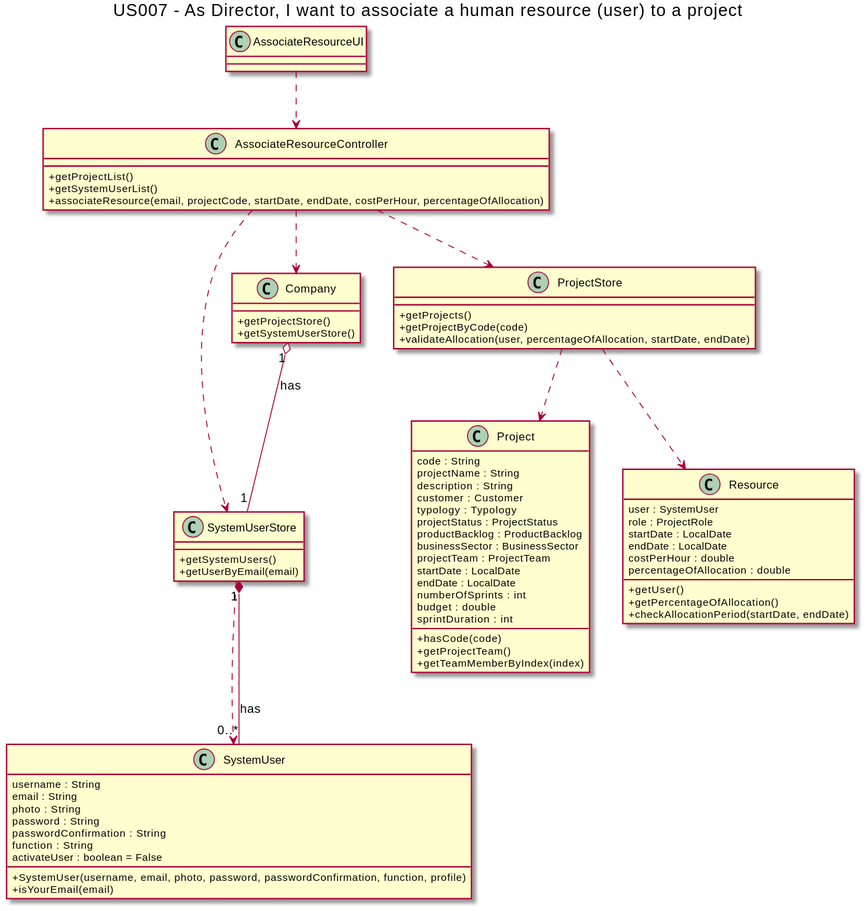
The PlantUML diagram docs/Sprint1/US007/US007-CD.svg in nunogon1211787/projectManagement, before a commit.
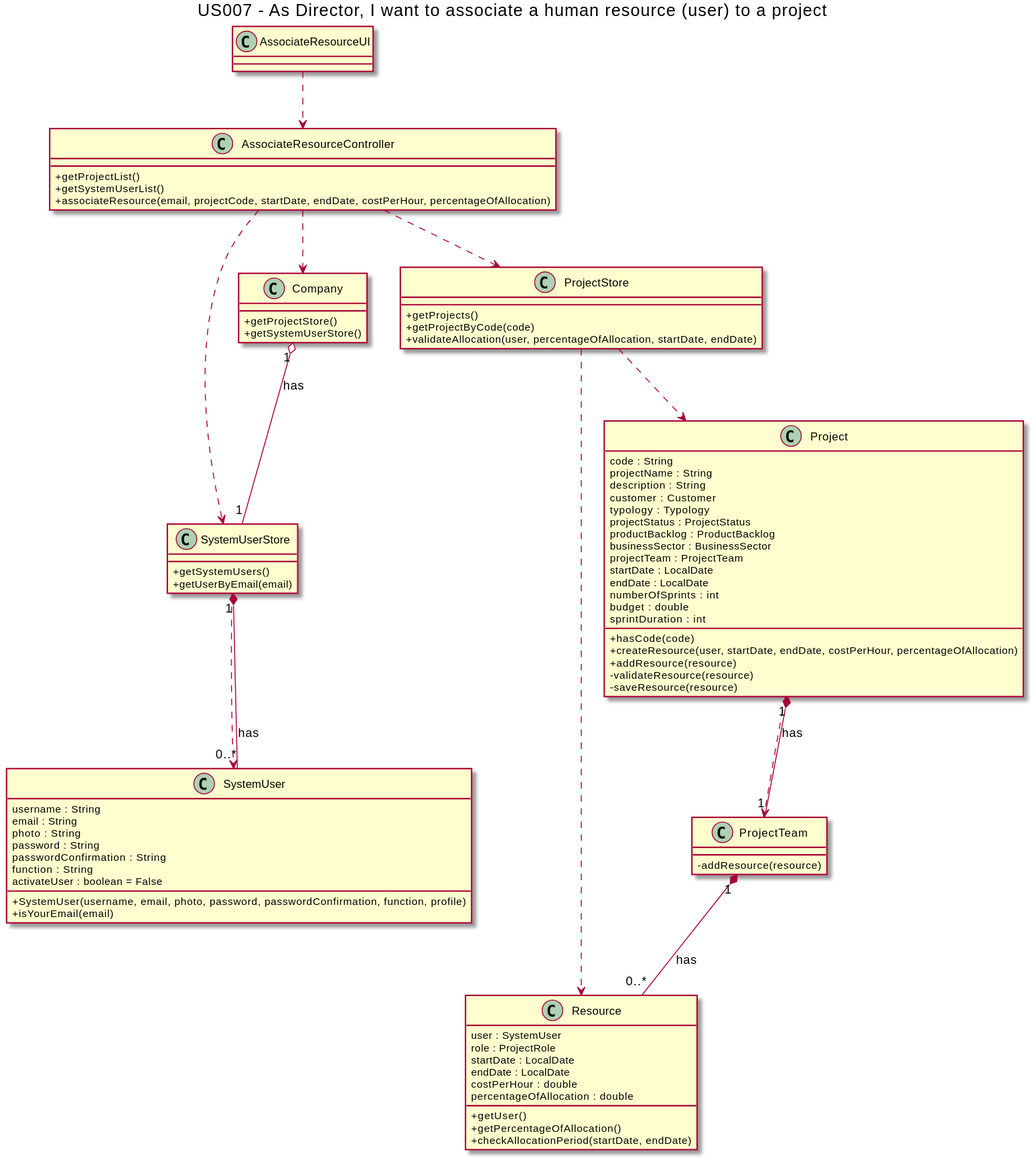
Above is the later version.

Change to the diagram source:
```diff
@@ -5,7 +5,6 @@
 title US007 - As Director, I want to associate a human resource (user) to a project
 
 class AssociateResourceUI {
-
 }
 
 class AssociateResourceController {
@@ -41,8 +40,14 @@
 budget : double
 sprintDuration : int
 +hasCode(code)
-+getProjectTeam()
-+getTeamMemberByIndex(index)
++createResource(user, startDate, endDate, costPerHour, percentageOfAllocation)
++addResource(resource)
+-validateResource(resource)
+-saveResource(resource)
+}
+
+class ProjectTeam {
+-addResource(resource)
 }
 
 class SystemUserStore {
@@ -83,10 +88,13 @@
 SystemUserStore ..> SystemUser
 ProjectStore ..> Project
 ProjectStore ..> Resource
+Project ..> ProjectTeam
 
 
 Company "1" o-- "1" SystemUserStore: has
 SystemUserStore "1" *-- "0..*" SystemUser: has
+Project "1" *-- "1" ProjectTeam: has
+ProjectTeam "1" *-- "0..*" Resource: has
 
 
 @enduml
```
